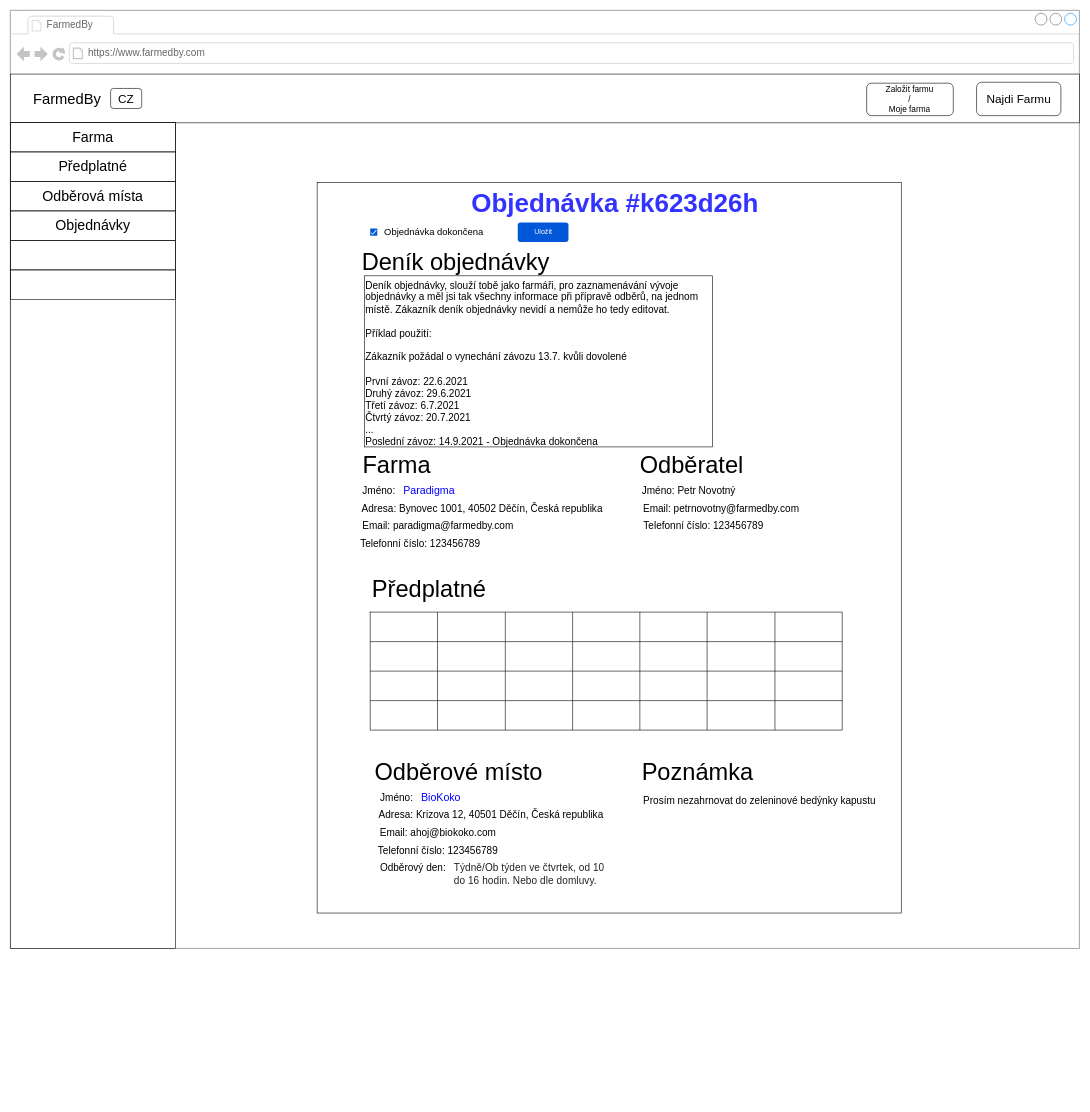
This is page "OrderOverview - admin" (8 of 8) of wireframes.drawio from matous94/farmedby, a draw.io file, before an edit. Source tidied: cells renumbered, new cells numbered last; positions are measured from the earlier drawing's top-left corner, leaving out a move shared by most shapes. Both pictures are drawn from the tidied source at 59%, with x=0, y=0 at pixel (10, 10).
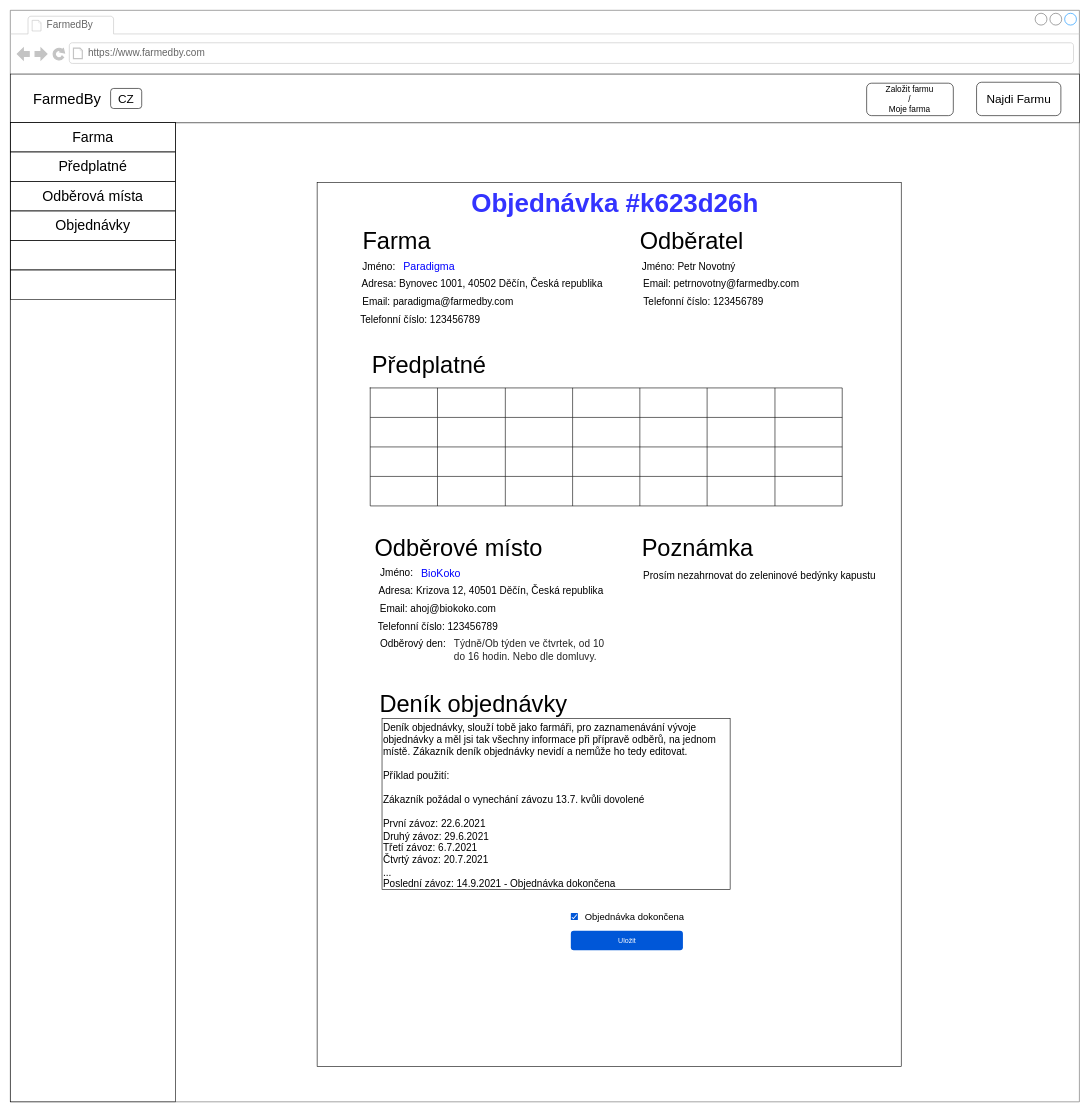
After the change.

Change to the diagram source:
```diff
@@
     <mxCell id="2" style="group;" parent="1" vertex="1">
-      <mxGeometry width="1812" height="1590" as="geometry" />
+      <mxGeometry width="1812" height="1850" as="geometry" />
     </mxCell>
     <mxCell id="3" style="strokeWidth=1;shadow=0;dashed=0;align=center;html=1;shape=mxgraph.mockup.containers.browserWindow;rSize=0;strokeColor=#666666;strokeColor2=#008cff;strokeColor3=#c4c4c4;mainText=,;fillColor=#ffffff;fontSize=25;" parent="2" vertex="1">
-      <mxGeometry width="1812" height="1590" as="geometry" />
+      <mxGeometry width="1812" height="1850" as="geometry" />
     </mxCell>
@@
     <mxCell id="12" style="rounded=0;whiteSpace=wrap;html=1;" parent="2" vertex="1">
-      <mxGeometry y="190" width="280" height="1400" as="geometry" />
+      <mxGeometry y="190" width="280" height="1660" as="geometry" />
     </mxCell>
@@
     <mxCell id="19" style="rounded=0;whiteSpace=wrap;html=1;" parent="2" vertex="1">
-      <mxGeometry x="520" y="291.5" width="990" height="1238.5" as="geometry" />
+      <mxGeometry x="520" y="291.5" width="990" height="1498.5" as="geometry" />
     </mxCell>
@@
     <mxCell id="21" style="group;" parent="2" vertex="1">
-      <mxGeometry x="580" y="740" width="890" height="750" as="geometry" />
+      <mxGeometry x="580" y="360" width="890" height="750" as="geometry" />
     </mxCell>
@@
+    <mxCell id="86" style="group;" parent="2" vertex="1">
+      <mxGeometry x="620" y="1150" width="600" height="443" as="geometry" />
+    </mxCell>
+    <mxCell id="83" value="&lt;font style=&quot;font-size: 40px&quot;&gt;Deník objednávky&lt;/font&gt;" style="text;html=1;strokeColor=none;fillColor=none;align=center;verticalAlign=middle;whiteSpace=wrap;rounded=0;strokeWidth=1;" parent="86" vertex="1">
+      <mxGeometry width="330" height="50" as="geometry" />
+    </mxCell>
+    <mxCell id="85" value="Deník objednávky, slouží tobě jako farmáři, pro zaznamenávání vývoje objednávky a měl jsi tak všechny informace při přípravě odběrů, na jednom místě. Zákazník deník objednávky nevidí a nemůže ho tedy editovat.&lt;br&gt;&lt;br&gt;Příklad použití:&lt;br&gt;&lt;br&gt;Zákazník požádal o vynechání závozu 13.7. kvůli dovolené&lt;br&gt;&lt;br&gt;První závoz: 22.6.2021&lt;br&gt;Druhý závoz: 29.6.2021&lt;br&gt;Třetí závoz: 6.7.2021&lt;br&gt;Čtvrtý závoz: 20.7.2021&lt;br&gt;...&lt;br&gt;Poslední závoz: 14.9.2021 - Objednávka dokončena" style="text;html=1;fillColor=none;align=left;verticalAlign=top;whiteSpace=wrap;rounded=0;fontSize=17;strokeColor=#000000;" parent="86" vertex="1">
+      <mxGeometry x="10" y="50" width="590" height="290" as="geometry" />
+    </mxCell>
+    <mxCell id="87" style="group;" parent="86" vertex="1">
+      <mxGeometry x="330" y="380" width="190" height="63" as="geometry" />
+    </mxCell>
-    <mxCell id="82" value="Objednávka dokončena" style="html=1;shadow=0;dashed=0;shape=mxgraph.atlassian.checkbox_2;fillColor=#0057D8;strokeColor=none;align=left;verticalAlign=middle;fontStyle=0;fontSize=16;labelPosition=right;verticalLabelPosition=middle;spacingLeft=10;" parent="2" vertex="1">
-      <mxGeometry x="610" y="370" width="12" height="12" as="geometry" />
+    <mxCell id="82" value="Objednávka dokončena" style="html=1;shadow=0;dashed=0;shape=mxgraph.atlassian.checkbox_2;fillColor=#0057D8;strokeColor=none;align=left;verticalAlign=middle;fontStyle=0;fontSize=16;labelPosition=right;verticalLabelPosition=middle;spacingLeft=10;" parent="87" vertex="1">
+      <mxGeometry width="12" height="12" as="geometry" />
     </mxCell>
-    <mxCell id="83" value="&lt;font style=&quot;font-size: 40px&quot;&gt;Deník objednávky&lt;/font&gt;" style="text;html=1;strokeColor=none;fillColor=none;align=center;verticalAlign=middle;whiteSpace=wrap;rounded=0;strokeWidth=1;" parent="2" vertex="1">
-      <mxGeometry x="590" y="400" width="330" height="50" as="geometry" />
-    </mxCell>
-    <mxCell id="84" value="Uložit" style="rounded=1;fillColor=#0057D8;strokeColor=none;html=1;fontColor=#ffffff;align=center;verticalAlign=middle;fontStyle=0;fontSize=12;" parent="2" vertex="1">
-      <mxGeometry x="860" y="359.5" width="86" height="33" as="geometry" />
+    <mxCell id="84" value="Uložit" style="rounded=1;fillColor=#0057D8;strokeColor=none;html=1;fontColor=#ffffff;align=center;verticalAlign=middle;fontStyle=0;fontSize=12;" parent="87" vertex="1">
+      <mxGeometry y="30" width="190" height="33" as="geometry" />
     </mxCell>
-    <mxCell id="85" value="Deník objednávky, slouží tobě jako farmáři, pro zaznamenávání vývoje objednávky a měl jsi tak všechny informace při přípravě odběrů, na jednom místě. Zákazník deník objednávky nevidí a nemůže ho tedy editovat.&lt;br&gt;&lt;br&gt;Příklad použití:&lt;br&gt;&lt;br&gt;Zákazník požádal o vynechání závozu 13.7. kvůli dovolené&lt;br&gt;&lt;br&gt;První závoz: 22.6.2021&lt;br&gt;Druhý závoz: 29.6.2021&lt;br&gt;Třetí závoz: 6.7.2021&lt;br&gt;Čtvrtý závoz: 20.7.2021&lt;br&gt;...&lt;br&gt;Poslední závoz: 14.9.2021 - Objednávka dokončena" style="text;html=1;fillColor=none;align=left;verticalAlign=top;whiteSpace=wrap;rounded=0;fontSize=17;strokeColor=#000000;" parent="2" vertex="1">
-      <mxGeometry x="600" y="450" width="590" height="290" as="geometry" />
-    </mxCell>
```
